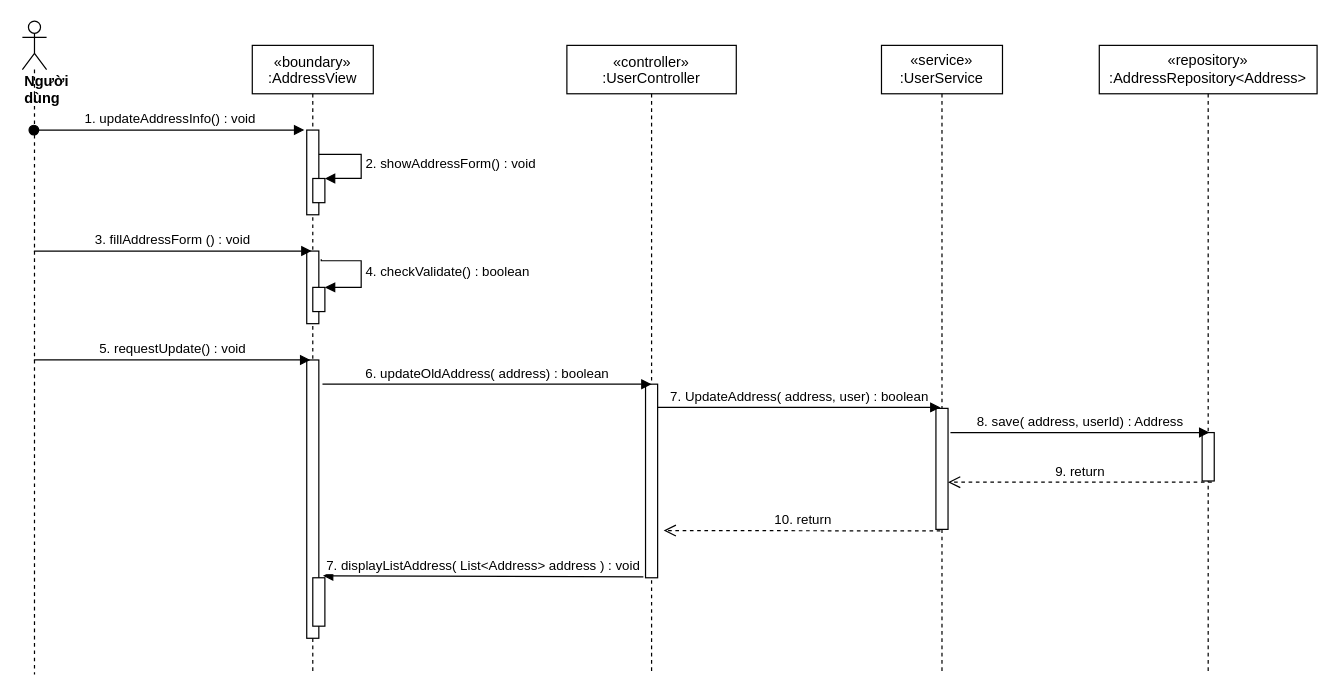
Earlier version of the draw.io diagram sequence diagram/update-oldAddress.drawio (nguyenphamvan/datn_20202). Source tidied: cells renumbered, new cells numbered last; positions are measured from the earlier drawing's top-left corner, leaving out a move shared by most shapes. Both pictures are drawn from the tidied source at 121%, with x=0, y=0 at pixel (22, 21).
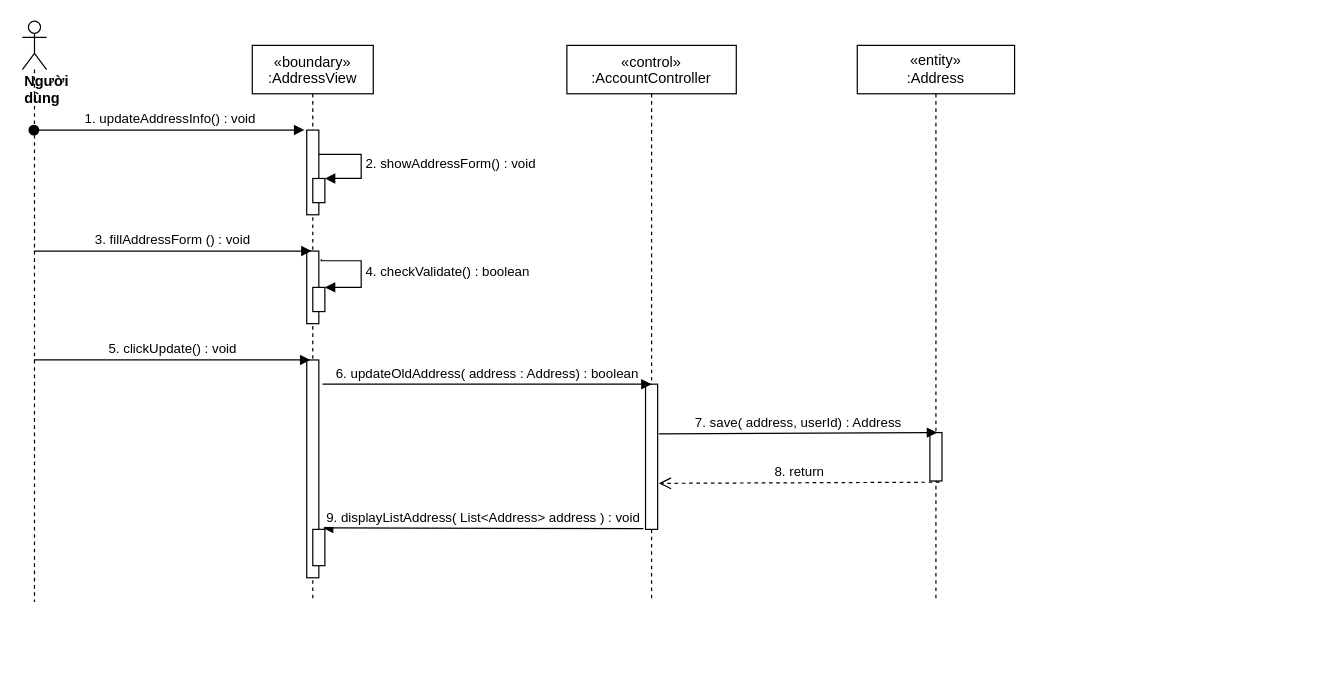
The same diagram, later.

Diff of the diagram source:
```diff
@@
     <mxCell id="2" value="«boundary»&#10;:AddressView" style="shape=umlLifeline;perimeter=lifelinePerimeter;rounded=0;shadow=0;strokeWidth=1;" parent="1" vertex="1">
-      <mxGeometry x="190" y="20" width="100" height="520" as="geometry" />
+      <mxGeometry x="190" y="20" width="100" height="460" as="geometry" />
     </mxCell>
@@
     <mxCell id="9" style="html=1;points=[];perimeter=orthogonalPerimeter;" parent="2" vertex="1">
-      <mxGeometry x="45" y="260" width="10" height="230" as="geometry" />
+      <mxGeometry x="45" y="260" width="10" height="180" as="geometry" />
     </mxCell>
     <mxCell id="10" style="html=1;points=[];perimeter=orthogonalPerimeter;" parent="2" vertex="1">
-      <mxGeometry x="50" y="440" width="10" height="40" as="geometry" />
+      <mxGeometry x="50" y="400" width="10" height="30" as="geometry" />
     </mxCell>
-    <mxCell id="11" value="«controller»&#10;:UserController" style="shape=umlLifeline;perimeter=lifelinePerimeter;rounded=0;shadow=0;strokeWidth=1;size=40;" parent="1" vertex="1">
-      <mxGeometry x="450" y="20" width="140" height="520" as="geometry" />
+    <mxCell id="11" value="«control»&#10;:AccountController" style="shape=umlLifeline;perimeter=lifelinePerimeter;rounded=0;shadow=0;strokeWidth=1;size=40;" parent="1" vertex="1">
+      <mxGeometry x="450" y="20" width="140" height="460" as="geometry" />
     </mxCell>
     <mxCell id="12" style="points=[];perimeter=orthogonalPerimeter;rounded=0;shadow=0;strokeWidth=1;" parent="11" vertex="1">
-      <mxGeometry x="65" y="280" width="10" height="160" as="geometry" />
+      <mxGeometry x="65" y="280" width="10" height="120" as="geometry" />
     </mxCell>
     <mxCell id="13" value="&lt;div&gt;&lt;b&gt;Người dùng&lt;/b&gt;&lt;/div&gt;" style="shape=umlLifeline;participant=umlActor;perimeter=lifelinePerimeter;whiteSpace=wrap;html=1;verticalAlign=top;spacingTop=36;outlineConnect=0;align=left;" parent="1" vertex="1">
-      <mxGeometry width="20" height="540" as="geometry" />
+      <mxGeometry width="20" height="480" as="geometry" />
     </mxCell>
-    <mxCell id="14" value="&lt;span&gt;«service»&lt;br&gt;&lt;/span&gt;:UserService" style="shape=umlLifeline;perimeter=lifelinePerimeter;whiteSpace=wrap;html=1;" parent="1" vertex="1">
-      <mxGeometry x="710" y="20" width="100" height="520" as="geometry" />
-    </mxCell>
-    <mxCell id="15" style="points=[];perimeter=orthogonalPerimeter;rounded=0;shadow=0;strokeWidth=1;" parent="14" vertex="1">
-      <mxGeometry x="45" y="300" width="10" height="100" as="geometry" />
-    </mxCell>
@@
-    <mxCell id="18" value="5. requestUpdate() : void" style="html=1;verticalAlign=bottom;endArrow=block;entryX=0.3;entryY=0;entryDx=0;entryDy=0;entryPerimeter=0;" parent="1" edge="1" source="13" target="9">
+    <mxCell id="18" value="5. clickUpdate() : void" style="html=1;verticalAlign=bottom;endArrow=block;entryX=0.3;entryY=0;entryDx=0;entryDy=0;entryPerimeter=0;" parent="1" edge="1" source="13" target="9">
       <mxGeometry relative="1" as="geometry" />
     </mxCell>
-    <mxCell id="19" value="6. updateOldAddress( address) : boolean" style="html=1;verticalAlign=bottom;endArrow=block;entryX=0.5;entryY=0;entryDx=0;entryDy=0;entryPerimeter=0;" parent="1" edge="1" target="12">
+    <mxCell id="19" value="6. updateOldAddress( address : Address) : boolean" style="html=1;verticalAlign=bottom;endArrow=block;entryX=0.5;entryY=0;entryDx=0;entryDy=0;entryPerimeter=0;" parent="1" edge="1" target="12">
       <mxGeometry relative="1" as="geometry">
         <mxPoint x="248" y="300" as="sourcePoint" />
       </mxGeometry>
     </mxCell>
-    <mxCell id="20" value="&lt;span&gt;«repository»&lt;br&gt;&lt;/span&gt;:AddressRepository&amp;lt;Address&amp;gt;" style="shape=umlLifeline;perimeter=lifelinePerimeter;whiteSpace=wrap;html=1;" parent="1" vertex="1">
-      <mxGeometry x="890" y="20" width="180" height="520" as="geometry" />
+    <mxCell id="20" value="&lt;span&gt;«entity»&lt;br&gt;&lt;/span&gt;:Address" style="shape=umlLifeline;perimeter=lifelinePerimeter;whiteSpace=wrap;html=1;" parent="1" vertex="1">
+      <mxGeometry x="690" y="20" width="130" height="460" as="geometry" />
     </mxCell>
     <mxCell id="21" style="points=[];perimeter=orthogonalPerimeter;rounded=0;shadow=0;strokeWidth=1;" parent="20" vertex="1">
-      <mxGeometry x="85" y="320" width="10" height="40" as="geometry" />
+      <mxGeometry x="60" y="320" width="10" height="40" as="geometry" />
     </mxCell>
-    <mxCell id="22" value="7. UpdateAddress( address, user) : boolean" style="html=1;verticalAlign=bottom;endArrow=block;entryX=0.38;entryY=-0.008;entryDx=0;entryDy=0;entryPerimeter=0;" parent="1" edge="1" source="12" target="15">
-      <mxGeometry relative="1" as="geometry" />
-    </mxCell>
-    <mxCell id="23" value="10. return" style="html=1;verticalAlign=bottom;endArrow=open;dashed=1;endSize=8;exitX=0.367;exitY=1.013;exitDx=0;exitDy=0;exitPerimeter=0;entryX=1.5;entryY=0.756;entryDx=0;entryDy=0;entryPerimeter=0;" parent="1" edge="1" source="15" target="12">
-      <mxGeometry relative="1" as="geometry" />
-    </mxCell>
-    <mxCell id="24" value="8. save( address, userId) : Address" style="html=1;verticalAlign=bottom;endArrow=block;entryX=0.6;entryY=0;entryDx=0;entryDy=0;entryPerimeter=0;" parent="1" edge="1" target="21">
-      <mxGeometry relative="1" as="geometry">
-        <mxPoint x="767" y="340" as="sourcePoint" />
-      </mxGeometry>
+    <mxCell id="24" value="7. save( address, userId) : Address" style="html=1;verticalAlign=bottom;endArrow=block;entryX=0.6;entryY=0;entryDx=0;entryDy=0;entryPerimeter=0;exitX=1.1;exitY=0.342;exitDx=0;exitDy=0;exitPerimeter=0;" parent="1" edge="1" source="12" target="21">
+      <mxGeometry relative="1" as="geometry" />
     </mxCell>
-    <mxCell id="25" value="9. return" style="html=1;verticalAlign=bottom;endArrow=open;dashed=1;endSize=8;exitX=0.8;exitY=1.025;exitDx=0;exitDy=0;exitPerimeter=0;" parent="1" edge="1" source="21" target="15">
+    <mxCell id="25" value="8. return" style="html=1;verticalAlign=bottom;endArrow=open;dashed=1;endSize=8;exitX=0.8;exitY=1.025;exitDx=0;exitDy=0;exitPerimeter=0;entryX=1.1;entryY=0.683;entryDx=0;entryDy=0;entryPerimeter=0;" parent="1" edge="1" source="21" target="12">
       <mxGeometry relative="1" as="geometry" />
     </mxCell>
-    <mxCell id="26" value="7. displayListAddress( List&lt;Address&gt; address ) : void" style="verticalAlign=bottom;endArrow=block;shadow=0;strokeWidth=1;entryX=0.84;entryY=-0.04;entryDx=0;entryDy=0;entryPerimeter=0;exitX=-0.18;exitY=0.995;exitDx=0;exitDy=0;exitPerimeter=0;" parent="1" edge="1" source="12" target="10">
+    <mxCell id="26" value="9. displayListAddress( List&lt;Address&gt; address ) : void" style="verticalAlign=bottom;endArrow=block;shadow=0;strokeWidth=1;entryX=0.84;entryY=-0.04;entryDx=0;entryDy=0;entryPerimeter=0;exitX=-0.18;exitY=0.995;exitDx=0;exitDy=0;exitPerimeter=0;" parent="1" edge="1" source="12" target="10">
       <mxGeometry relative="1" as="geometry" />
     </mxCell>
```
